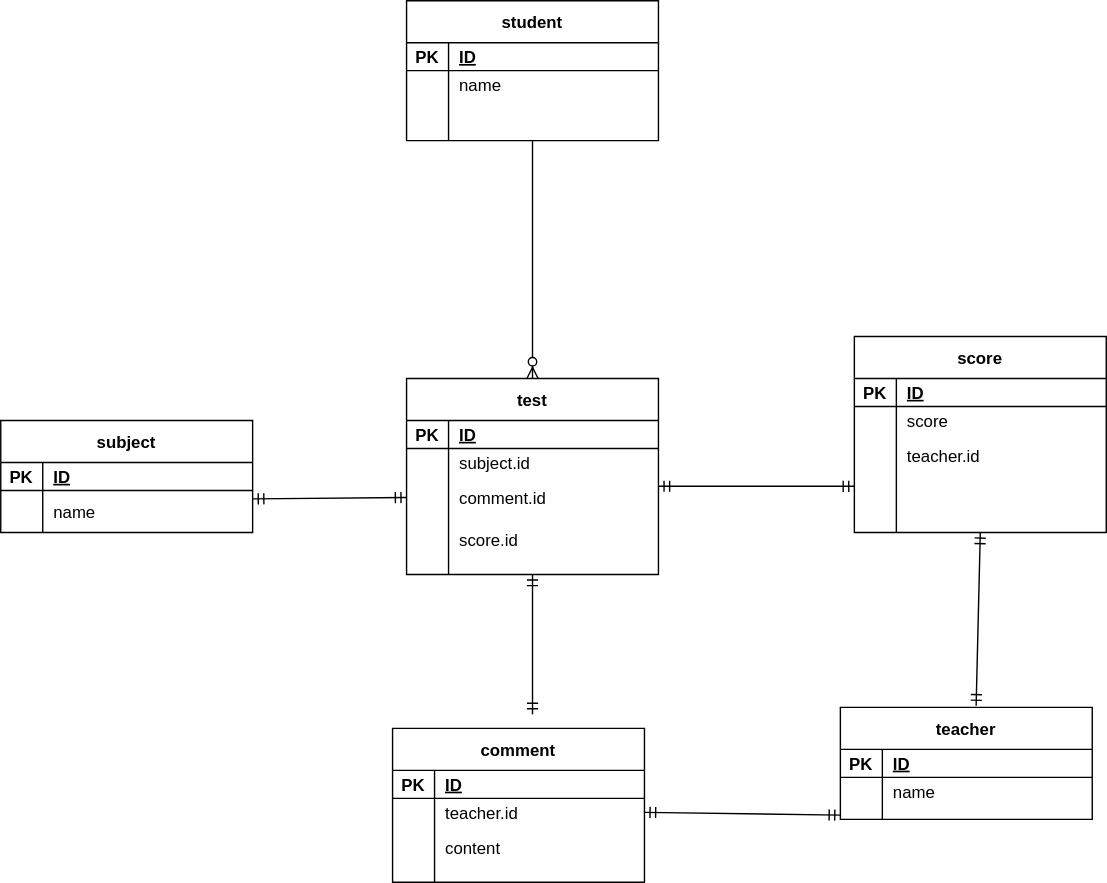
This is index.drawio.svg from ka-yuya-ponta/data, a draw.io export, as it was before one commit. Source tidied: cells renumbered, new cells last; positions are measured from the earlier drawing's top-left corner, leaving out a move shared by most shapes.
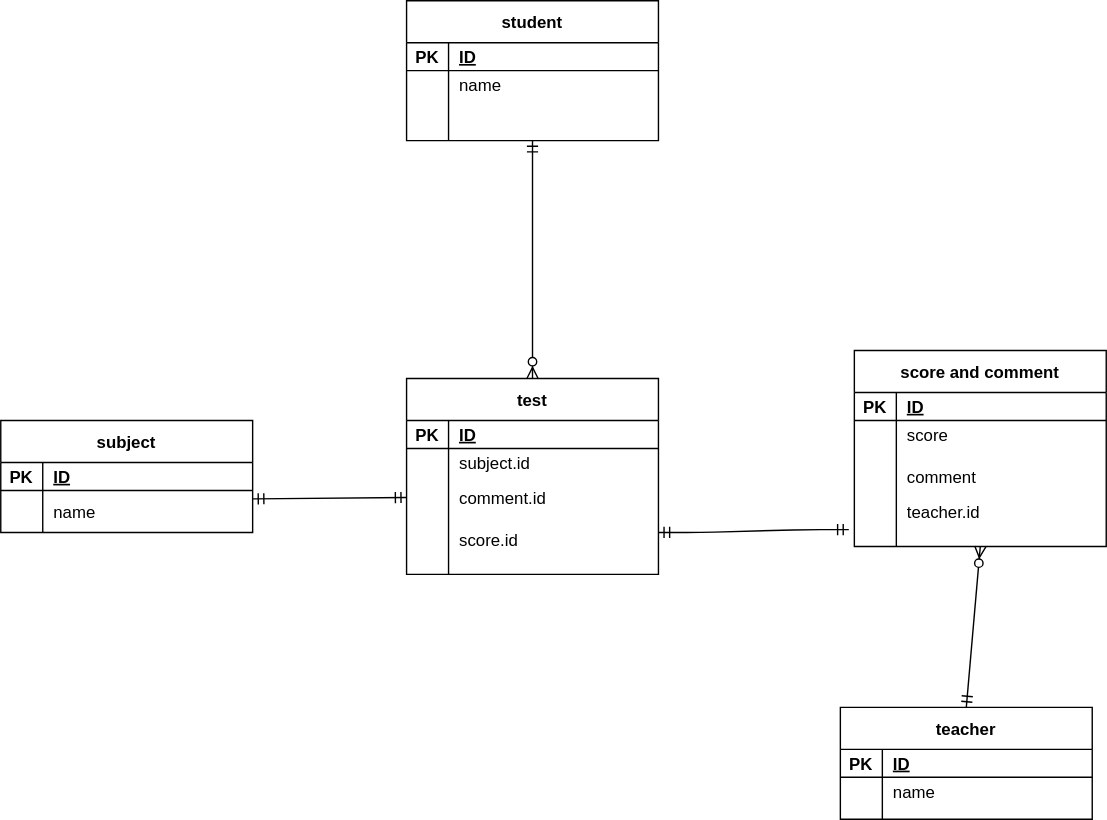
After the change.

What changed in the source:
```diff
@@ -32,8 +32,8 @@
     <mxCell id="11" style="shape=partialRectangle;fillColor=none;top=0;left=0;bottom=0;right=0;align=left;spacingLeft=6;overflow=hidden;" parent="9" vertex="1">
       <mxGeometry x="30" width="150" height="20" as="geometry" />
     </mxCell>
-    <mxCell id="12" value="score" style="shape=table;startSize=30;rowLines=0;fontStyle=1;align=center;" parent="1" vertex="1">
-      <mxGeometry x="610" y="240" width="180" height="140" as="geometry" />
+    <mxCell id="12" value="　score and comment " style="shape=table;startSize=30;rowLines=0;fontStyle=1;align=center;" parent="1" vertex="1">
+      <mxGeometry x="610" y="250" width="180" height="140" as="geometry" />
     </mxCell>
     <mxCell id="13" style="shape=partialRectangle;fillColor=none;top=0;left=0;bottom=1;right=0;" parent="12" vertex="1">
       <mxGeometry y="30" width="180" height="20" as="geometry" />
@@ -53,8 +53,17 @@
     <mxCell id="18" value="score" style="shape=partialRectangle;fillColor=none;top=0;left=0;bottom=0;right=0;align=left;spacingLeft=6;overflow=hidden;" parent="16" vertex="1">
       <mxGeometry x="30" width="150" height="20" as="geometry" />
     </mxCell>
+    <mxCell id="22" style="shape=partialRectangle;fillColor=none;top=0;left=0;bottom=0;right=0;" parent="12" vertex="1">
+      <mxGeometry y="70" width="180" height="30" as="geometry" />
+    </mxCell>
+    <mxCell id="23" style="shape=partialRectangle;fillColor=none;top=0;left=0;bottom=0;right=0;overflow=hidden;" parent="22" vertex="1">
+      <mxGeometry width="30" height="30" as="geometry" />
+    </mxCell>
+    <mxCell id="24" style="shape=partialRectangle;fillColor=none;top=0;left=0;bottom=0;right=0;align=left;spacingLeft=6;overflow=hidden;" parent="22" vertex="1">
+      <mxGeometry x="30" width="150" height="30" as="geometry" />
+    </mxCell>
     <mxCell id="19" style="shape=partialRectangle;fillColor=none;top=0;left=0;bottom=0;right=0;points=[[0,0.5],[1,0.5]];portConstraint=eastwest;" parent="12" vertex="1">
-      <mxGeometry y="70" width="180" height="30" as="geometry" />
+      <mxGeometry y="100" width="180" height="30" as="geometry" />
     </mxCell>
     <mxCell id="20" style="shape=partialRectangle;fillColor=none;top=0;left=0;bottom=0;right=0;overflow=hidden;" parent="19" vertex="1">
       <mxGeometry width="30" height="30" as="geometry" />
@@ -62,15 +71,6 @@
     <mxCell id="21" value="teacher.id" style="shape=partialRectangle;fillColor=none;top=0;left=0;bottom=0;right=0;align=left;spacingLeft=6;overflow=hidden;" parent="19" vertex="1">
       <mxGeometry x="30" width="150" height="30" as="geometry" />
     </mxCell>
-    <mxCell id="22" style="shape=partialRectangle;fillColor=none;top=0;left=0;bottom=0;right=0;" parent="12" vertex="1">
-      <mxGeometry y="100" width="180" height="30" as="geometry" />
-    </mxCell>
-    <mxCell id="23" style="shape=partialRectangle;fillColor=none;top=0;left=0;bottom=0;right=0;overflow=hidden;" parent="22" vertex="1">
-      <mxGeometry width="30" height="30" as="geometry" />
-    </mxCell>
-    <mxCell id="24" style="shape=partialRectangle;fillColor=none;top=0;left=0;bottom=0;right=0;align=left;spacingLeft=6;overflow=hidden;" parent="22" vertex="1">
-      <mxGeometry x="30" width="150" height="30" as="geometry" />
-    </mxCell>
     <mxCell id="25" value="test" style="shape=table;startSize=30;rowLines=0;fontStyle=1;align=center;" parent="1" vertex="1">
       <mxGeometry x="290" y="270" width="180" height="140" as="geometry" />
     </mxCell>
@@ -110,36 +110,6 @@
     <mxCell id="37" value="score.id" style="shape=partialRectangle;fillColor=none;top=0;left=0;bottom=0;right=0;align=left;spacingLeft=6;overflow=hidden;" parent="35" vertex="1">
       <mxGeometry x="30" width="150" height="30" as="geometry" />
     </mxCell>
-    <mxCell id="38" value="comment" style="shape=table;startSize=30;rowLines=0;fontStyle=1;align=center;" parent="1" vertex="1">
-      <mxGeometry x="280" y="520" width="180" height="110" as="geometry" />
-    </mxCell>
-    <mxCell id="39" style="shape=partialRectangle;fillColor=none;top=0;left=0;bottom=1;right=0;" parent="38" vertex="1">
-      <mxGeometry y="30" width="180" height="20" as="geometry" />
-    </mxCell>
-    <mxCell id="40" value="PK" style="shape=partialRectangle;fillColor=none;top=0;left=0;bottom=0;right=0;fontStyle=1;overflow=hidden;" parent="39" vertex="1">
-      <mxGeometry width="30" height="20" as="geometry" />
-    </mxCell>
-    <mxCell id="41" value="ID" style="shape=partialRectangle;fillColor=none;top=0;left=0;bottom=0;right=0;align=left;spacingLeft=6;fontStyle=5;overflow=hidden;" parent="39" vertex="1">
-      <mxGeometry x="30" width="150" height="20" as="geometry" />
-    </mxCell>
-    <mxCell id="42" style="shape=partialRectangle;fillColor=none;top=0;left=0;bottom=0;right=0;points=[[0,0.5],[1,0.5]];portConstraint=eastwest;" parent="38" vertex="1">
-      <mxGeometry y="50" width="180" height="20" as="geometry" />
-    </mxCell>
-    <mxCell id="43" style="shape=partialRectangle;fillColor=none;top=0;left=0;bottom=0;right=0;overflow=hidden;" parent="42" vertex="1">
-      <mxGeometry width="30" height="20" as="geometry" />
-    </mxCell>
-    <mxCell id="44" value="teacher.id" style="shape=partialRectangle;fillColor=none;top=0;left=0;bottom=0;right=0;align=left;spacingLeft=6;overflow=hidden;" parent="42" vertex="1">
-      <mxGeometry x="30" width="150" height="20" as="geometry" />
-    </mxCell>
-    <mxCell id="45" style="shape=partialRectangle;fillColor=none;top=0;left=0;bottom=0;right=0;" parent="38" vertex="1">
-      <mxGeometry y="70" width="180" height="30" as="geometry" />
-    </mxCell>
-    <mxCell id="46" style="shape=partialRectangle;fillColor=none;top=0;left=0;bottom=0;right=0;overflow=hidden;" parent="45" vertex="1">
-      <mxGeometry width="30" height="30" as="geometry" />
-    </mxCell>
-    <mxCell id="47" value="content" style="shape=partialRectangle;fillColor=none;top=0;left=0;bottom=0;right=0;align=left;spacingLeft=6;overflow=hidden;" parent="45" vertex="1">
-      <mxGeometry x="30" width="150" height="30" as="geometry" />
-    </mxCell>
     <mxCell id="48" value="subject" style="shape=table;startSize=30;rowLines=0;fontStyle=1;align=center;" parent="1" vertex="1">
       <mxGeometry y="300" width="180" height="80" as="geometry" />
     </mxCell>
@@ -182,29 +152,22 @@
     <mxCell id="61" value="name" style="shape=partialRectangle;fillColor=none;top=0;left=0;bottom=0;right=0;align=left;spacingLeft=6;overflow=hidden;" parent="59" vertex="1">
       <mxGeometry x="30" width="150" height="20" as="geometry" />
     </mxCell>
+    <mxCell id="66" style="fontSize=12;html=1;endArrow=ERmandOne;startArrow=ERmandOne;entryX=0;entryY=0.5;entryDx=0;entryDy=0;exitX=1;exitY=0.2;exitDx=0;exitDy=0;exitPerimeter=0;" parent="1" edge="1" source="52" target="32">
+      <mxGeometry relative="1" as="geometry" />
+    </mxCell>
-    <mxCell id="62" style="fontSize=12;html=1;endArrow=ERzeroToMany;endFill=1;exitX=0.5;exitY=1;exitDx=0;exitDy=0;entryX=0.5;entryY=0;entryDx=0;entryDy=0;" parent="1" edge="1" source="2" target="25">
+    <mxCell id="62" style="fontSize=12;html=1;endArrow=ERzeroToMany;startArrow=ERmandOne;exitX=0.5;exitY=1;exitDx=0;exitDy=0;entryX=0.5;entryY=0;entryDx=0;entryDy=0;" parent="1" edge="1" source="2" target="25">
       <mxGeometry relative="1" as="geometry" />
     </mxCell>
-    <mxCell id="63" style="fontSize=12;html=1;endArrow=ERmandOne;startArrow=ERmandOne;exitX=1;exitY=0.233;exitDx=0;exitDy=0;exitPerimeter=0;" parent="1" edge="1" source="32">
-      <mxGeometry relative="1" as="geometry">
-        <mxPoint x="610" y="347" as="targetPoint" />
-      </mxGeometry>
-    </mxCell>
+    <mxCell id="38" value="comment" style="shape=partialRectangle;fillColor=none;top=0;left=0;bottom=0;right=0;align=left;spacingLeft=6;overflow=hidden;" parent="1" vertex="1">
+      <mxGeometry x="640" y="325" width="150" height="30" as="geometry" />
+    </mxCell>
+    <mxCell id="68" style="edgeStyle=entityRelationEdgeStyle;fontSize=12;html=1;endArrow=ERmandOne;startArrow=ERmandOne;entryX=-0.022;entryY=0.933;entryDx=0;entryDy=0;entryPerimeter=0;" parent="1" edge="1" target="19">
+      <mxGeometry relative="1" as="geometry">
+        <mxPoint x="470" y="380" as="sourcePoint" />
+      </mxGeometry>
+    </mxCell>
-    <mxCell id="64" style="fontSize=12;html=1;endArrow=ERmandOne;startArrow=ERmandOne;entryX=0.5;entryY=1;entryDx=0;entryDy=0;exitX=0.539;exitY=-0.014;exitDx=0;exitDy=0;exitPerimeter=0;" parent="1" edge="1" source="55" target="12">
+    <mxCell id="64" style="fontSize=12;html=1;endArrow=ERzeroToMany;startArrow=ERmandOne;entryX=0.5;entryY=1;entryDx=0;entryDy=0;exitX=0.5;exitY=0;exitDx=0;exitDy=0;" parent="1" edge="1" source="55" target="12">
       <mxGeometry relative="1" as="geometry" />
     </mxCell>
-    <mxCell id="65" style="fontSize=12;html=1;endArrow=ERmandOne;startArrow=ERmandOne;entryX=0.5;entryY=1;entryDx=0;entryDy=0;" parent="1" edge="1" target="25">
-      <mxGeometry relative="1" as="geometry">
-        <mxPoint x="380" y="510" as="sourcePoint" />
-      </mxGeometry>
-    </mxCell>
-    <mxCell id="66" style="fontSize=12;html=1;endArrow=ERmandOne;startArrow=ERmandOne;entryX=0;entryY=0.5;entryDx=0;entryDy=0;exitX=1;exitY=0.2;exitDx=0;exitDy=0;exitPerimeter=0;" parent="1" edge="1" source="52" target="32">
-      <mxGeometry relative="1" as="geometry" />
-    </mxCell>
-    <mxCell id="67" style="fontSize=12;html=1;endArrow=ERmandOne;startArrow=ERmandOne;entryX=0;entryY=0.233;entryDx=0;entryDy=0;exitX=1;exitY=0.5;exitDx=0;exitDy=0;entryPerimeter=0;" parent="1" edge="1" source="42">
-      <mxGeometry relative="1" as="geometry">
-        <mxPoint x="600" y="582" as="targetPoint" />
-      </mxGeometry>
-    </mxCell>
   </root>
 </mxGraphModel>
```
